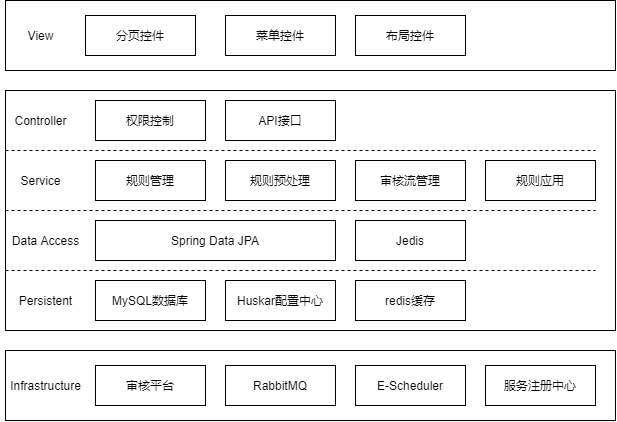
Before: 各种图/系统架构图.png, a diagram exported from draw.io (Jinsiye/thesis). Source tidied: cells renumbered, new cells last; positions are measured from the earlier drawing's top-left corner, leaving out a move shared by most shapes. Its diagram source:
```xml
<mxGraphModel>
  <root>
    <mxCell id="0" />
    <mxCell id="1" parent="0" />
    <mxCell id="2" style="rounded=0;whiteSpace=wrap;html=1;" parent="1" vertex="1">
      <mxGeometry x="5" width="610" height="70" as="geometry" />
    </mxCell>
    <mxCell id="3" value="分页控件" style="rounded=0;whiteSpace=wrap;html=1;" parent="1" vertex="1">
      <mxGeometry x="85" y="15" width="110" height="40" as="geometry" />
    </mxCell>
    <mxCell id="4" value="菜单控件" style="rounded=0;whiteSpace=wrap;html=1;" parent="1" vertex="1">
      <mxGeometry x="225" y="15" width="110" height="40" as="geometry" />
    </mxCell>
    <mxCell id="5" value="布局控件" style="rounded=0;whiteSpace=wrap;html=1;" parent="1" vertex="1">
      <mxGeometry x="355" y="15" width="110" height="40" as="geometry" />
    </mxCell>
    <mxCell id="6" style="rounded=0;whiteSpace=wrap;html=1;" parent="1" vertex="1">
      <mxGeometry x="5" y="90" width="610" height="240" as="geometry" />
    </mxCell>
    <mxCell id="7" style="endArrow=none;dashed=1;html=1;" parent="1" edge="1">
      <mxGeometry relative="1" as="geometry">
        <mxPoint x="5" y="150" as="sourcePoint" />
        <mxPoint x="595" y="150" as="targetPoint" />
      </mxGeometry>
    </mxCell>
    <mxCell id="8" value="权限控制" style="rounded=0;whiteSpace=wrap;html=1;" parent="1" vertex="1">
      <mxGeometry x="95" y="100" width="110" height="40" as="geometry" />
    </mxCell>
    <mxCell id="9" value="API接口" style="rounded=0;whiteSpace=wrap;html=1;" parent="1" vertex="1">
      <mxGeometry x="225" y="100" width="110" height="40" as="geometry" />
    </mxCell>
    <mxCell id="10" value="View" style="text;html=1;align=center;verticalAlign=middle;" parent="1" vertex="1">
      <mxGeometry x="20" y="25" width="40" height="20" as="geometry" />
    </mxCell>
    <mxCell id="11" value="Controller" style="text;html=1;align=center;verticalAlign=middle;" parent="1" vertex="1">
      <mxGeometry x="5" y="110" width="70" height="20" as="geometry" />
    </mxCell>
    <mxCell id="12" style="endArrow=none;dashed=1;html=1;" parent="1" edge="1">
      <mxGeometry relative="1" as="geometry">
        <mxPoint x="5" y="210" as="sourcePoint" />
        <mxPoint x="595" y="210" as="targetPoint" />
      </mxGeometry>
    </mxCell>
    <mxCell id="13" value="Service" style="text;html=1;align=center;verticalAlign=middle;" parent="1" vertex="1">
      <mxGeometry x="10" y="170" width="60" height="20" as="geometry" />
    </mxCell>
    <mxCell id="14" value="规则管理" style="rounded=0;whiteSpace=wrap;html=1;" parent="1" vertex="1">
      <mxGeometry x="95" y="160" width="110" height="40" as="geometry" />
    </mxCell>
    <mxCell id="15" value="规则预处理" style="rounded=0;whiteSpace=wrap;html=1;" parent="1" vertex="1">
      <mxGeometry x="225" y="160" width="110" height="40" as="geometry" />
    </mxCell>
    <mxCell id="16" value="审核流管理" style="rounded=0;whiteSpace=wrap;html=1;" parent="1" vertex="1">
      <mxGeometry x="355" y="160" width="110" height="40" as="geometry" />
    </mxCell>
    <mxCell id="17" value="规则应用" style="rounded=0;whiteSpace=wrap;html=1;" parent="1" vertex="1">
      <mxGeometry x="485" y="160" width="110" height="40" as="geometry" />
    </mxCell>
    <mxCell id="18" style="endArrow=none;dashed=1;html=1;" parent="1" edge="1">
      <mxGeometry relative="1" as="geometry">
        <mxPoint x="5" y="270" as="sourcePoint" />
        <mxPoint x="595" y="270" as="targetPoint" />
      </mxGeometry>
    </mxCell>
    <mxCell id="19" value="Data Access" style="text;html=1;align=center;verticalAlign=middle;" parent="1" vertex="1">
      <mxGeometry x="5" y="230" width="80" height="20" as="geometry" />
    </mxCell>
    <mxCell id="20" value="Spring Data JPA" style="rounded=0;whiteSpace=wrap;html=1;" parent="1" vertex="1">
      <mxGeometry x="95" y="220" width="240" height="40" as="geometry" />
    </mxCell>
    <mxCell id="21" value="Jedis" style="rounded=0;whiteSpace=wrap;html=1;" parent="1" vertex="1">
      <mxGeometry x="355" y="220" width="110" height="40" as="geometry" />
    </mxCell>
    <mxCell id="22" value="Persistent" style="text;html=1;align=center;verticalAlign=middle;" parent="1" vertex="1">
      <mxGeometry x="10" y="290" width="70" height="20" as="geometry" />
    </mxCell>
    <mxCell id="23" value="MySQL数据库" style="rounded=0;whiteSpace=wrap;html=1;" parent="1" vertex="1">
      <mxGeometry x="95" y="280" width="110" height="40" as="geometry" />
    </mxCell>
    <mxCell id="24" value="Huskar配置中心" style="rounded=0;whiteSpace=wrap;html=1;" parent="1" vertex="1">
      <mxGeometry x="225" y="280" width="110" height="40" as="geometry" />
    </mxCell>
    <mxCell id="25" value="redis缓存" style="rounded=0;whiteSpace=wrap;html=1;" parent="1" vertex="1">
      <mxGeometry x="355" y="280" width="110" height="40" as="geometry" />
    </mxCell>
    <mxCell id="26" style="rounded=0;whiteSpace=wrap;html=1;" parent="1" vertex="1">
      <mxGeometry x="5" y="350" width="610" height="70" as="geometry" />
    </mxCell>
    <mxCell id="27" value="Infrastructure" style="text;html=1;align=center;verticalAlign=middle;" parent="1" vertex="1">
      <mxGeometry y="375" width="90" height="20" as="geometry" />
    </mxCell>
    <mxCell id="28" value="审核平台" style="rounded=0;whiteSpace=wrap;html=1;" parent="1" vertex="1">
      <mxGeometry x="95" y="365" width="110" height="40" as="geometry" />
    </mxCell>
    <mxCell id="29" value="RabbitMQ" style="rounded=0;whiteSpace=wrap;html=1;" parent="1" vertex="1">
      <mxGeometry x="225" y="365" width="110" height="40" as="geometry" />
    </mxCell>
    <mxCell id="30" value="服务注册中心" style="rounded=0;whiteSpace=wrap;html=1;" parent="1" vertex="1">
      <mxGeometry x="485" y="365" width="110" height="40" as="geometry" />
    </mxCell>
    <mxCell id="31" value="E-Scheduler" style="rounded=0;whiteSpace=wrap;html=1;" parent="1" vertex="1">
      <mxGeometry x="355" y="365" width="110" height="40" as="geometry" />
    </mxCell>
  </root>
</mxGraphModel>
```
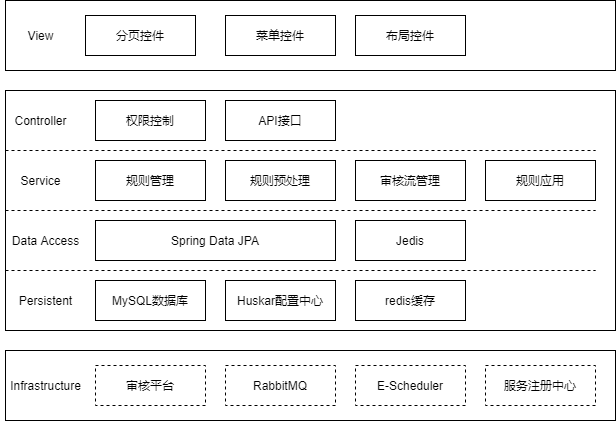
The same file after the commit.

The edit, as a diff of the source:
```diff
@@ -89,16 +89,16 @@
     <mxCell id="27" value="Infrastructure" style="text;html=1;align=center;verticalAlign=middle;" parent="1" vertex="1">
       <mxGeometry y="375" width="90" height="20" as="geometry" />
     </mxCell>
-    <mxCell id="28" value="审核平台" style="rounded=0;whiteSpace=wrap;html=1;" parent="1" vertex="1">
+    <mxCell id="28" value="审核平台" style="rounded=0;whiteSpace=wrap;html=1;dashed=1;" parent="1" vertex="1">
       <mxGeometry x="95" y="365" width="110" height="40" as="geometry" />
     </mxCell>
-    <mxCell id="29" value="RabbitMQ" style="rounded=0;whiteSpace=wrap;html=1;" parent="1" vertex="1">
+    <mxCell id="29" value="RabbitMQ" style="rounded=0;whiteSpace=wrap;html=1;dashed=1;" parent="1" vertex="1">
       <mxGeometry x="225" y="365" width="110" height="40" as="geometry" />
     </mxCell>
-    <mxCell id="30" value="服务注册中心" style="rounded=0;whiteSpace=wrap;html=1;" parent="1" vertex="1">
+    <mxCell id="30" value="服务注册中心" style="rounded=0;whiteSpace=wrap;html=1;dashed=1;" parent="1" vertex="1">
       <mxGeometry x="485" y="365" width="110" height="40" as="geometry" />
     </mxCell>
-    <mxCell id="31" value="E-Scheduler" style="rounded=0;whiteSpace=wrap;html=1;" parent="1" vertex="1">
+    <mxCell id="31" value="E-Scheduler" style="rounded=0;whiteSpace=wrap;html=1;dashed=1;" parent="1" vertex="1">
       <mxGeometry x="355" y="365" width="110" height="40" as="geometry" />
     </mxCell>
   </root>
```
